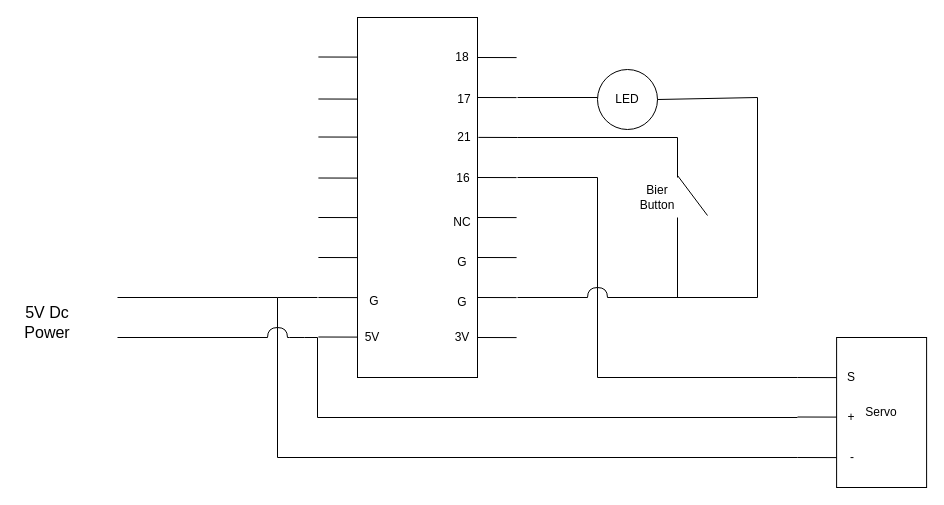
Before: Untitled Diagram.drawio in pieterjm/PlebTap, a draw.io diagram. Source tidied: cells renumbered, new cells numbered last; positions are measured from the earlier drawing's top-left corner, leaving out a move shared by most shapes. Both pictures are drawn from the tidied source at 100%, with x=0, y=0 at pixel (17, 17).
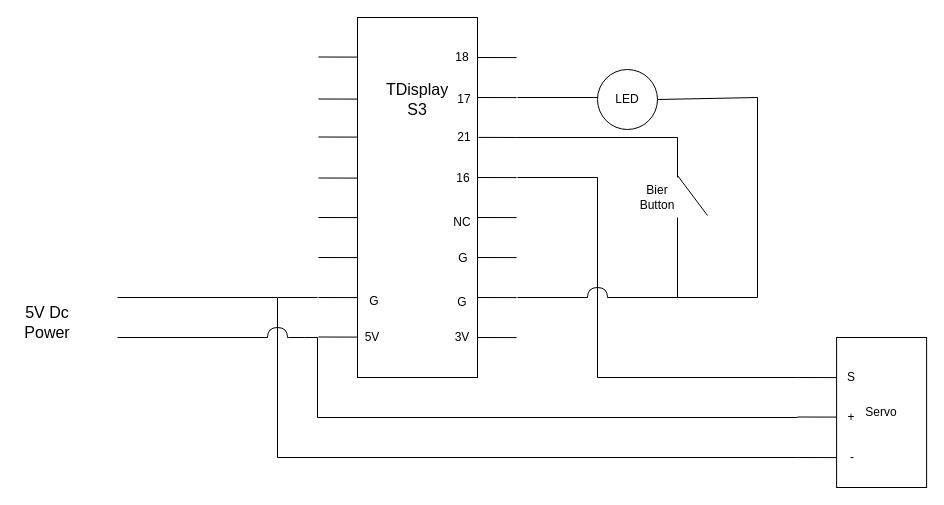
After the change.

Diff of the diagram source:
```diff
@@
     <mxCell id="11" value="G" style="text;html=1;strokeColor=none;fillColor=none;align=center;verticalAlign=middle;whiteSpace=wrap;rounded=0;" parent="1" vertex="1">
-      <mxGeometry x="420" y="230" width="50" height="30" as="geometry" />
+      <mxGeometry x="421" y="226" width="50" height="30" as="geometry" />
     </mxCell>
@@
+    <mxCell id="59" value="TDisplay S3" style="text;html=1;strokeColor=none;fillColor=none;align=center;verticalAlign=middle;whiteSpace=wrap;rounded=0;fontSize=16;" parent="1" vertex="1">
+      <mxGeometry x="370" y="67" width="60" height="30" as="geometry" />
+    </mxCell>
```
